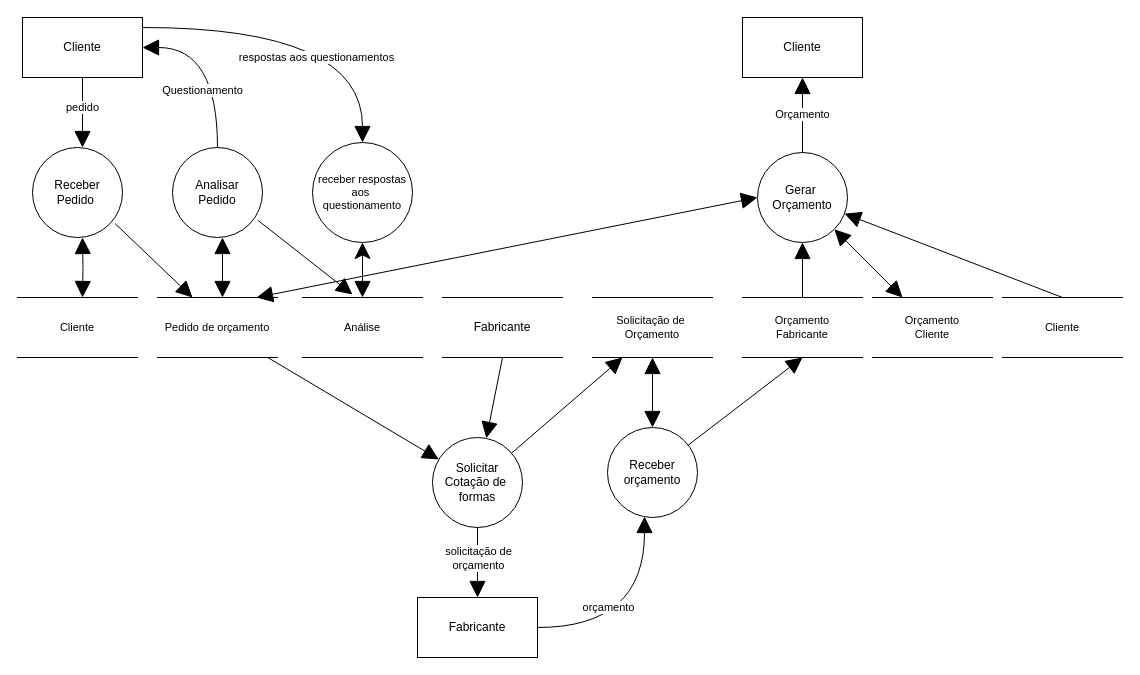
Above: Documentation/DFD Essencial para cada Capacidade/DFD Tratar Orçamento_sob_medida.drawio in Systematicos/FindingApp (draw.io), before the change. Source tidied: cells renumbered, new cells numbered last; positions are measured from the earlier drawing's top-left corner, leaving out a move shared by most shapes. Both pictures are drawn from the tidied source at 100%, with x=0, y=0 at pixel (17, 17).
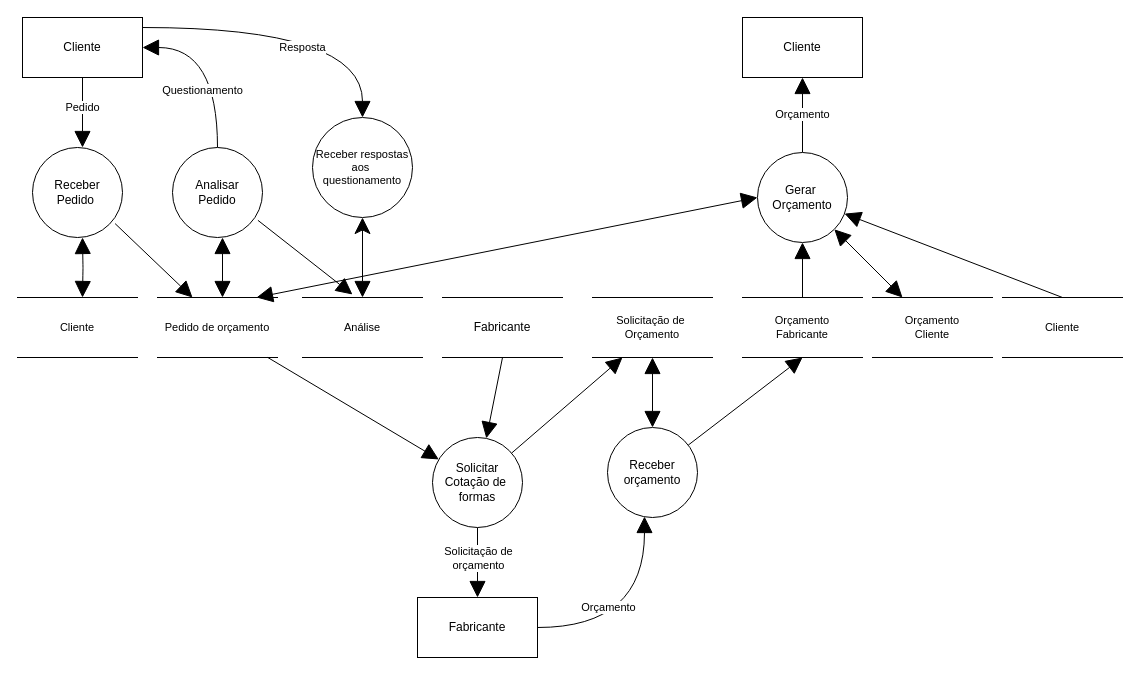
The same page after the edit.

Unchanged cells that the change refers to:
```xml
<mxCell id="8" value="Cliente" style="rounded=0;whiteSpace=wrap;html=1;" parent="1" vertex="1">
  <mxGeometry x="5" width="120" height="60" as="geometry" />
</mxCell>
<mxCell id="24" style="edgeStyle=none;rounded=0;jettySize=auto;html=1;startArrow=none;startFill=0;endArrow=block;endFill=1;fontSize=11;strokeWidth=1;endSize=14;startSize=14;" parent="1" edge="1" source="27" target="33">
  <mxGeometry relative="1" as="geometry" />
</mxCell>
<mxCell id="31" style="edgeStyle=orthogonalEdgeStyle;rounded=0;jettySize=auto;html=1;entryX=0.411;entryY=0.989;entryDx=0;entryDy=0;entryPerimeter=0;startArrow=none;startFill=0;endArrow=block;endFill=1;fontSize=11;curved=1;strokeWidth=1;endSize=14;startSize=14;" parent="1" edge="1" source="33" target="30">
  <mxGeometry relative="1" as="geometry" />
</mxCell>
```

The edit, as a diff of the source:
```diff
@@
-    <mxCell id="6" value="receber respostas aos&amp;nbsp;&lt;br style=&quot;font-size: 11px&quot;&gt;questionamento" style="ellipse;whiteSpace=wrap;html=1;fontSize=11;" parent="1" vertex="1">
-      <mxGeometry x="295" y="125" width="100" height="100" as="geometry" />
+    <mxCell id="6" value="Receber respostas aos&amp;nbsp;&lt;br style=&quot;font-size: 11px&quot;&gt;questionamento" style="ellipse;whiteSpace=wrap;html=1;fontSize=11;" parent="1" vertex="1">
+      <mxGeometry x="295" y="100" width="100" height="100" as="geometry" />
     </mxCell>
-    <mxCell id="7" value="respostas aos questionamentos" style="edgeStyle=orthogonalEdgeStyle;rounded=0;jettySize=auto;html=1;entryX=0.5;entryY=0;entryDx=0;entryDy=0;endArrow=block;endFill=1;fontSize=11;curved=1;endSize=14;startSize=14;" parent="1" edge="1" source="8" target="6">
-      <mxGeometry x="0.04" y="-30" relative="1" as="geometry">
+    <mxCell id="7" value="Resposta" style="edgeStyle=orthogonalEdgeStyle;rounded=0;jettySize=auto;html=1;entryX=0.5;entryY=0;entryDx=0;entryDy=0;endArrow=block;endFill=1;fontSize=11;curved=1;endSize=14;startSize=14;" parent="1" edge="1" source="8" target="6">
+      <mxGeometry x="0.03" y="-20" relative="1" as="geometry">
         <Array as="points">
           <mxPoint x="345" y="10" />
         </Array>
       </mxGeometry>
     </mxCell>
@@
-    <mxCell id="25" value="solicitação de &lt;br&gt;orçamento" style="edgeLabel;html=1;align=center;verticalAlign=middle;fontSize=11;" parent="24" vertex="1">
+    <mxCell id="25" value="Solicitação de &lt;br&gt;orçamento" style="edgeLabel;html=1;align=center;verticalAlign=middle;fontSize=11;" parent="24" vertex="1">
       <mxGeometry x="-0.43" y="4" relative="1" as="geometry">
         <mxPoint x="-4" y="10" as="offset" />
       </mxGeometry>
     </mxCell>
@@
-    <mxCell id="32" value="orçamento" style="edgeLabel;html=1;align=center;verticalAlign=middle;fontSize=11;" parent="31" vertex="1">
+    <mxCell id="32" value="Orçamento" style="edgeLabel;html=1;align=center;verticalAlign=middle;fontSize=11;" parent="31" vertex="1">
       <mxGeometry x="-0.36" y="21" relative="1" as="geometry" />
     </mxCell>
@@
-    <mxCell id="37" value="pedido" style="edgeStyle=elbowEdgeStyle;rounded=0;orthogonalLoop=1;jettySize=auto;html=1;endArrow=block;endFill=1;strokeWidth=1;endSize=14;startSize=14;" parent="1" edge="1">
+    <mxCell id="37" value="Pedido" style="edgeStyle=elbowEdgeStyle;rounded=0;orthogonalLoop=1;jettySize=auto;html=1;endArrow=block;endFill=1;strokeWidth=1;endSize=14;startSize=14;" parent="1" edge="1">
       <mxGeometry x="-0.14" relative="1" as="geometry">
         <mxPoint x="65" y="60" as="sourcePoint" />
         <mxPoint x="65" y="130" as="targetPoint" />
       </mxGeometry>
     </mxCell>
```
